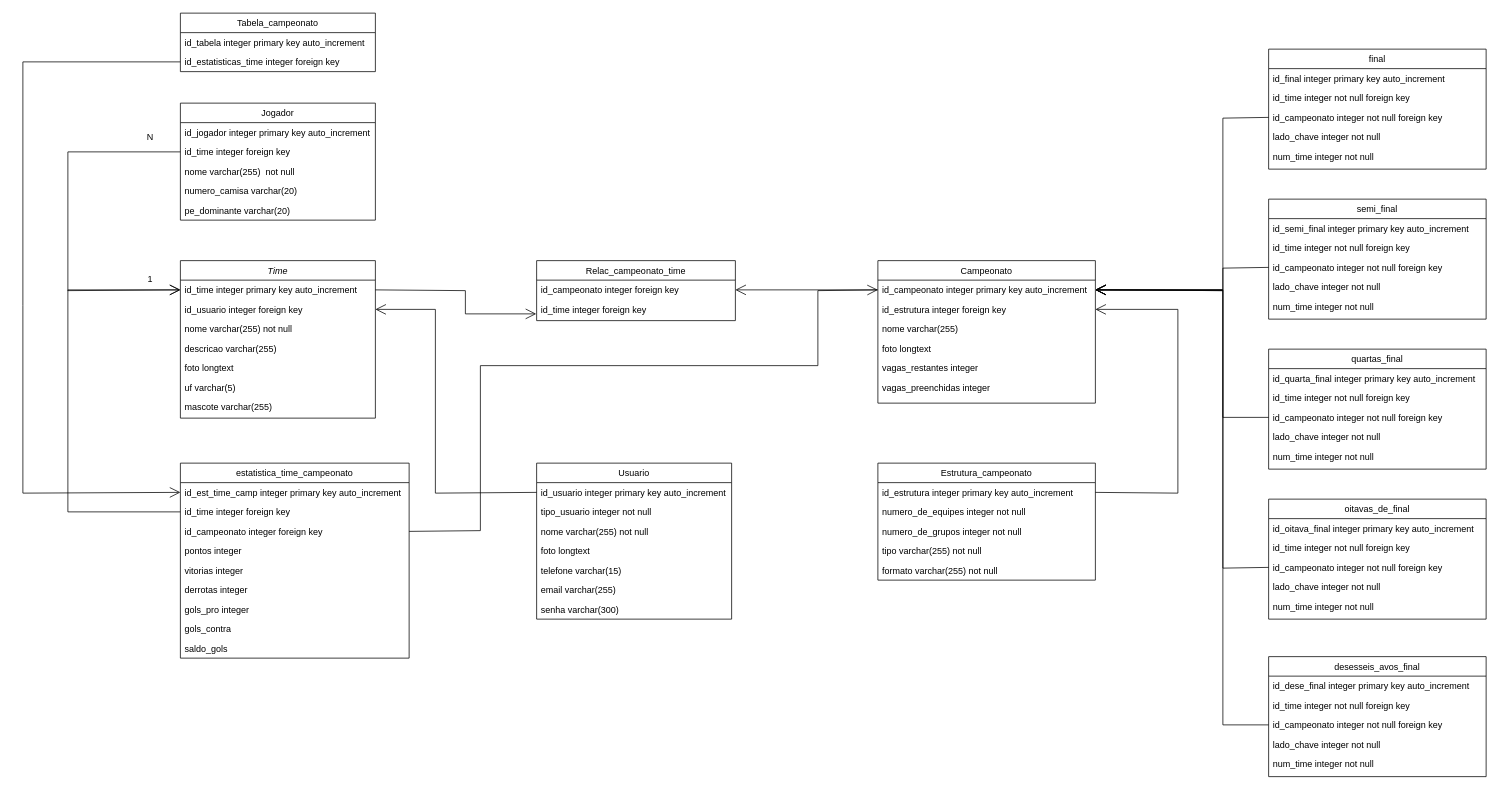
Before: documentos/uml/uml.drawio in DanielS262/campeonato, a draw.io diagram. Source tidied: cells renumbered, new cells numbered last; positions are measured from the earlier drawing's top-left corner, leaving out a move shared by most shapes. Both pictures are drawn from the tidied source at 75%, with x=0, y=0 at pixel (22, 13).
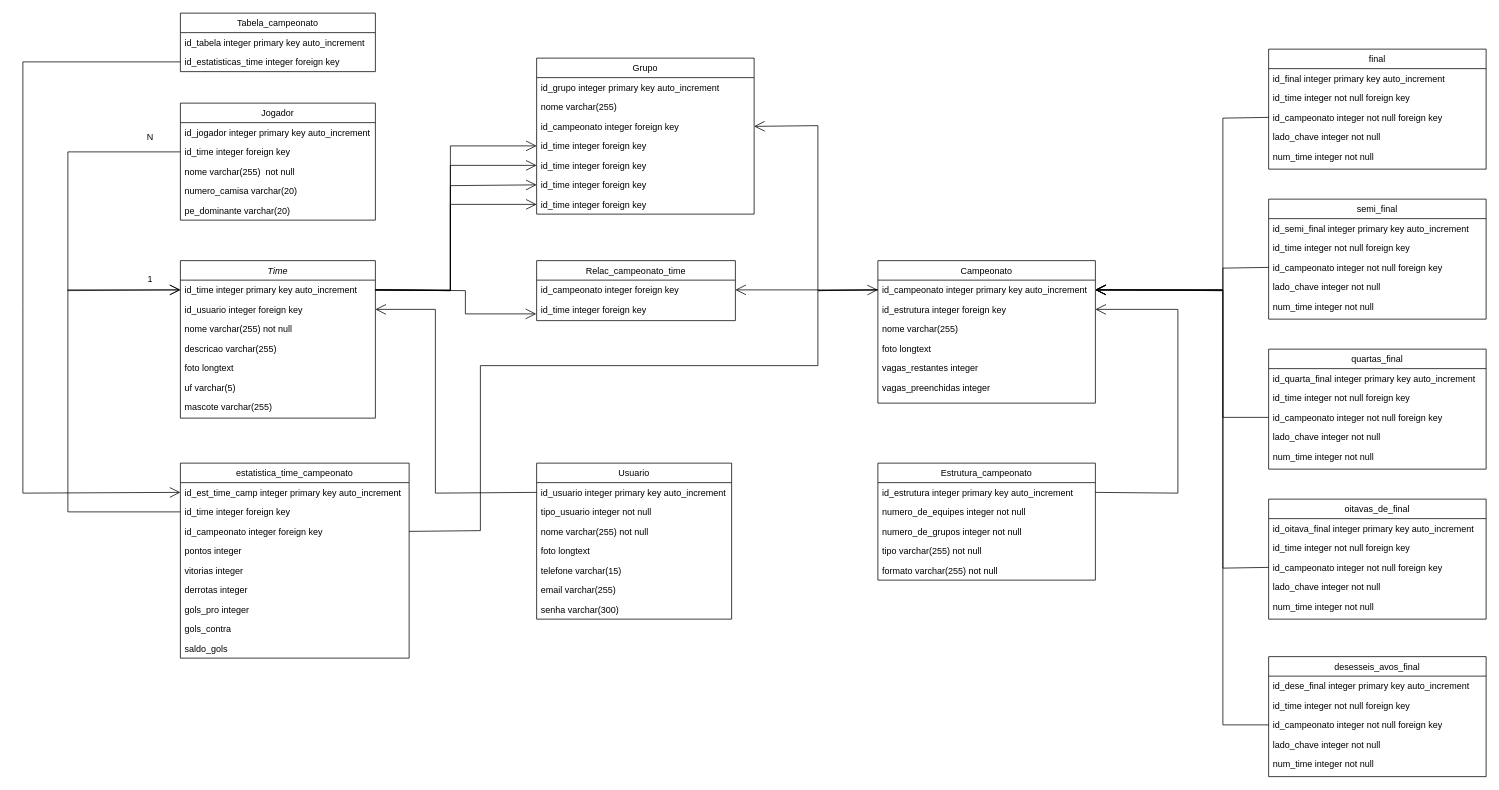
Above is the later version.

Unchanged cells that the change refers to:
```xml
<mxCell id="3" value="id_time integer primary key auto_increment" style="text;align=left;verticalAlign=top;spacingLeft=4;spacingRight=4;overflow=hidden;points=[[0,0.5],[1,0.5]];portConstraint=eastwest;" parent="2" vertex="1">
  <mxGeometry y="26" width="260" height="26" as="geometry" />
</mxCell>
<mxCell id="14" value="id_campeonato integer primary key auto_increment" style="text;align=left;verticalAlign=top;spacingLeft=4;spacingRight=4;overflow=hidden;points=[[0,0.5],[1,0.5]];portConstraint=eastwest;" parent="13" vertex="1">
  <mxGeometry y="26" width="290" height="26" as="geometry" />
</mxCell>
```

Change to the diagram source:
```diff
@@
+    <mxCell id="98" value="Grupo" style="swimlane;fontStyle=0;align=center;verticalAlign=top;horizontal=1;startSize=26;rounded=0;shadow=0;strokeWidth=1;" parent="1" vertex="1">
+      <mxGeometry x="685" y="60" width="290" height="208" as="geometry" />
+    </mxCell>
+    <mxCell id="99" value="id_grupo integer primary key auto_increment" style="text;align=left;verticalAlign=top;spacingLeft=4;spacingRight=4;overflow=hidden;" parent="98" vertex="1">
+      <mxGeometry y="26" width="290" height="26" as="geometry" />
+    </mxCell>
+    <mxCell id="100" value="nome varchar(255)" style="text;align=left;verticalAlign=top;spacingLeft=4;spacingRight=4;overflow=hidden;rounded=0;shadow=0;html=0;" parent="98" vertex="1">
+      <mxGeometry y="52" width="290" height="26" as="geometry" />
+    </mxCell>
+    <mxCell id="101" value="id_campeonato integer foreign key" style="text;align=left;verticalAlign=top;spacingLeft=4;spacingRight=4;overflow=hidden;points=[[0,0.5],[1,0.5]];portConstraint=eastwest;rounded=0;shadow=0;html=0;" parent="98" vertex="1">
+      <mxGeometry y="78" width="290" height="26" as="geometry" />
+    </mxCell>
+    <mxCell id="102" value="id_time integer foreign key" style="text;align=left;verticalAlign=top;spacingLeft=4;spacingRight=4;overflow=hidden;points=[[0,0.5],[1,0.5]];portConstraint=eastwest;rounded=0;shadow=0;html=0;" parent="98" vertex="1">
+      <mxGeometry y="104" width="290" height="26" as="geometry" />
+    </mxCell>
+    <mxCell id="103" value="id_time integer foreign key" style="text;align=left;verticalAlign=top;spacingLeft=4;spacingRight=4;overflow=hidden;points=[[0,0.5],[1,0.5]];portConstraint=eastwest;rounded=0;shadow=0;html=0;" parent="98" vertex="1">
+      <mxGeometry y="130" width="290" height="26" as="geometry" />
+    </mxCell>
+    <mxCell id="104" value="id_time integer foreign key" style="text;align=left;verticalAlign=top;spacingLeft=4;spacingRight=4;overflow=hidden;points=[[0,0.5],[1,0.5]];portConstraint=eastwest;rounded=0;shadow=0;html=0;" parent="98" vertex="1">
+      <mxGeometry y="156" width="290" height="26" as="geometry" />
+    </mxCell>
+    <mxCell id="105" value="id_time integer foreign key" style="text;align=left;verticalAlign=top;spacingLeft=4;spacingRight=4;overflow=hidden;points=[[0,0.5],[1,0.5]];portConstraint=eastwest;rounded=0;shadow=0;html=0;" parent="98" vertex="1">
+      <mxGeometry y="182" width="290" height="26" as="geometry" />
+    </mxCell>
+    <mxCell id="106" style="endArrow=open;endFill=1;endSize=12;html=1;rounded=0;exitX=1;exitY=0.5;exitDx=0;exitDy=0;entryX=0;entryY=0.5;entryDx=0;entryDy=0;" parent="1" edge="1" source="3" target="105">
+      <mxGeometry relative="1" as="geometry">
+        <Array as="points">
+          <mxPoint x="570" y="369" />
+          <mxPoint x="570" y="255" />
+        </Array>
+      </mxGeometry>
+    </mxCell>
+    <mxCell id="107" style="endArrow=open;endFill=1;endSize=12;html=1;rounded=0;exitX=1;exitY=0.5;exitDx=0;exitDy=0;entryX=0;entryY=0.5;entryDx=0;entryDy=0;" parent="1" edge="1" source="3" target="104">
+      <mxGeometry relative="1" as="geometry">
+        <Array as="points">
+          <mxPoint x="570" y="370" />
+          <mxPoint x="570" y="230" />
+        </Array>
+      </mxGeometry>
+    </mxCell>
+    <mxCell id="108" style="endArrow=open;endFill=1;endSize=12;html=1;rounded=0;exitX=1;exitY=0.5;exitDx=0;exitDy=0;entryX=0;entryY=0.5;entryDx=0;entryDy=0;" parent="1" edge="1" source="3" target="103">
+      <mxGeometry relative="1" as="geometry">
+        <Array as="points">
+          <mxPoint x="570" y="370" />
+          <mxPoint x="570" y="203" />
+        </Array>
+      </mxGeometry>
+    </mxCell>
+    <mxCell id="109" style="endArrow=open;endFill=1;endSize=12;html=1;rounded=0;exitX=1;exitY=0.5;exitDx=0;exitDy=0;entryX=0;entryY=0.5;entryDx=0;entryDy=0;" parent="1" edge="1" source="3" target="102">
+      <mxGeometry relative="1" as="geometry">
+        <Array as="points">
+          <mxPoint x="570" y="370" />
+          <mxPoint x="570" y="177" />
+        </Array>
+      </mxGeometry>
+    </mxCell>
+    <mxCell id="110" style="endArrow=open;endFill=1;endSize=12;html=1;rounded=0;entryX=1;entryY=0.5;entryDx=0;entryDy=0;exitX=0;exitY=0.5;exitDx=0;exitDy=0;" parent="1" edge="1" source="14" target="101">
+      <mxGeometry relative="1" as="geometry">
+        <Array as="points">
+          <mxPoint x="1060" y="370" />
+          <mxPoint x="1060" y="150" />
+        </Array>
+      </mxGeometry>
+    </mxCell>
```
